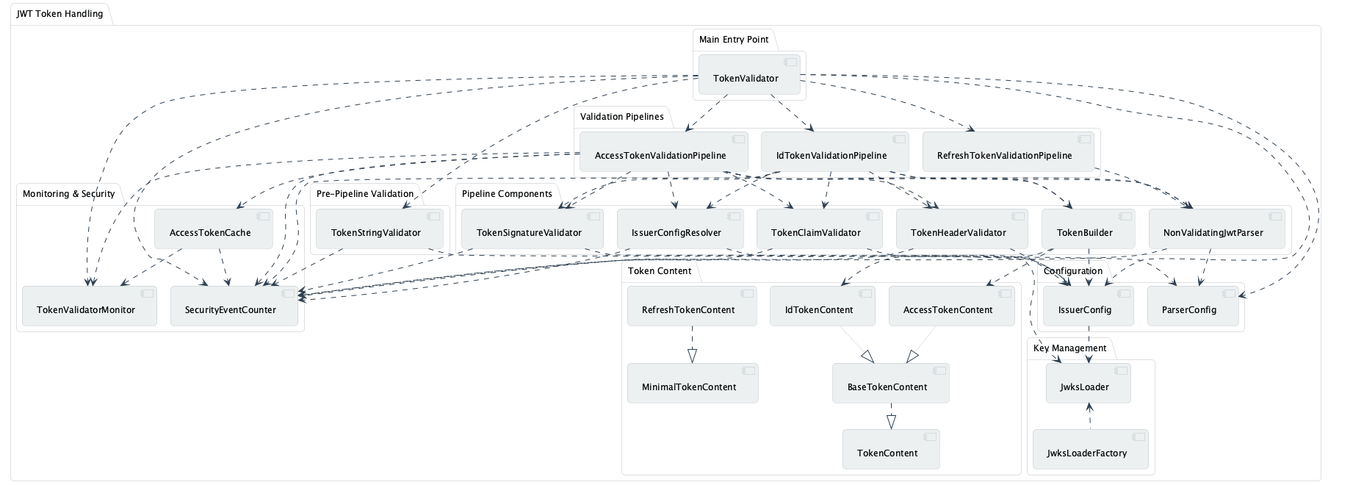
This is doc/plantuml/component-overview.png from cuioss/cui-jwt, a PlantUML export, as it was before one commit.
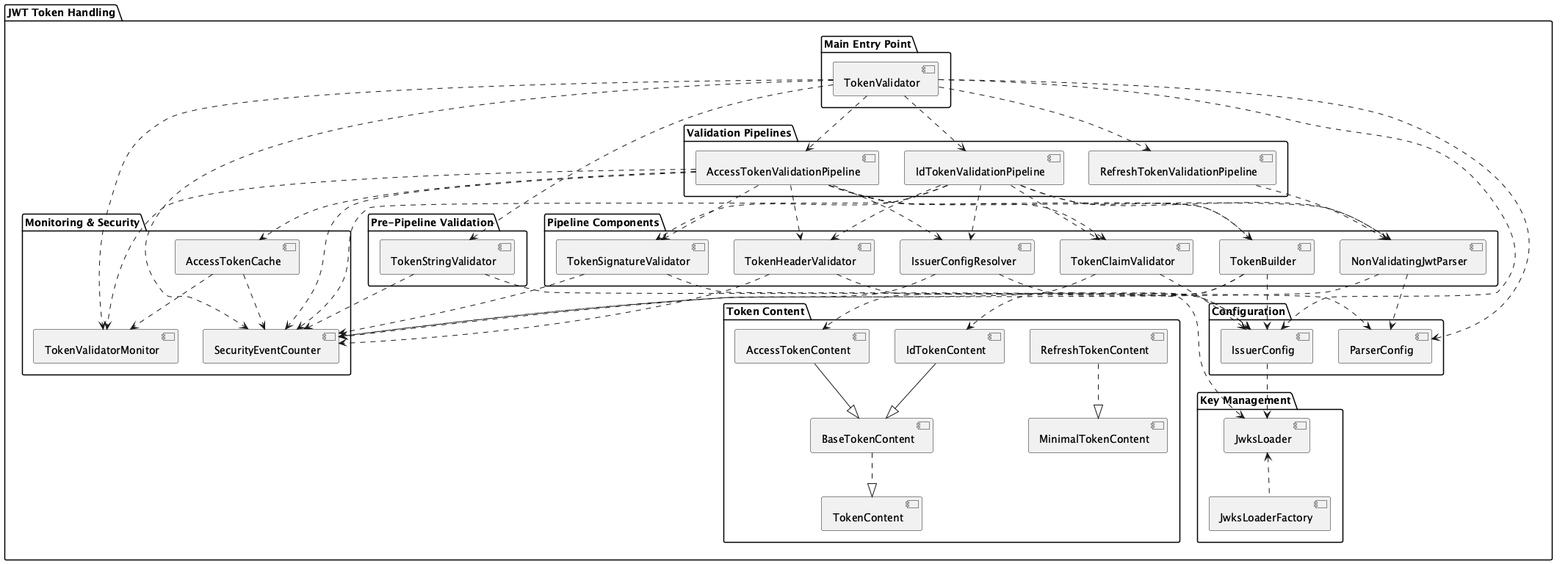
The same diagram one commit later.

Change to the diagram source:
```diff
@@ -1,5 +1,4 @@
 @startuml
-!include plantuml.skin
 
 package "JWT Token Handling" {
 
```
